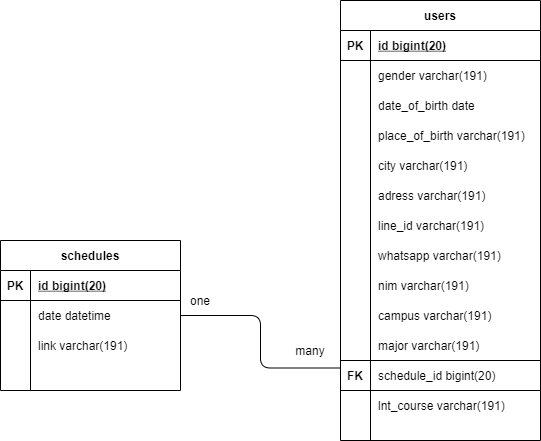
This is docs/ERD BOS 2021.png from astriddwrn/bos2021-be, a draw.io export, as it was before one commit. Source tidied: cells renumbered, new cells last; positions are measured from the earlier drawing's top-left corner, leaving out a move shared by most shapes.
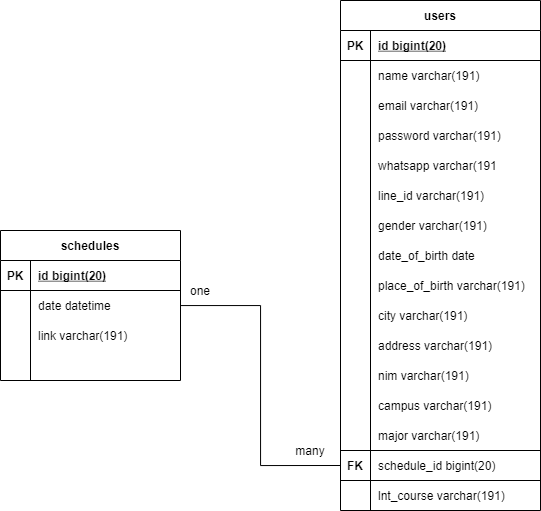
The same diagram one commit later.

What changed in the source:
```diff
@@ -3,7 +3,7 @@
     <mxCell id="0" />
     <mxCell id="1" parent="0" />
     <mxCell id="2" value="users" style="shape=table;startSize=30;rowLines=0;fontStyle=1;align=center;" parent="1" vertex="1">
-      <mxGeometry x="340" width="200" height="440" as="geometry" />
+      <mxGeometry x="340" y="10" width="200" height="510" as="geometry" />
     </mxCell>
     <mxCell id="3" style="shape=partialRectangle;fillColor=none;top=0;left=0;bottom=1;right=0;" parent="2" vertex="1">
       <mxGeometry y="30" width="200" height="30" as="geometry" />
@@ -20,7 +20,7 @@
     <mxCell id="7" style="shape=partialRectangle;fillColor=none;top=0;left=0;bottom=0;right=0;overflow=hidden;" parent="6" vertex="1">
       <mxGeometry width="30" height="30" as="geometry" />
     </mxCell>
-    <mxCell id="8" value="gender varchar(191)" style="shape=partialRectangle;fillColor=none;top=0;left=0;bottom=0;right=0;align=left;spacingLeft=6;overflow=hidden;" parent="6" vertex="1">
+    <mxCell id="8" value="name varchar(191)" style="shape=partialRectangle;fillColor=none;top=0;left=0;bottom=0;right=0;align=left;spacingLeft=6;overflow=hidden;" parent="6" vertex="1">
       <mxGeometry x="30" width="170" height="30" as="geometry" />
     </mxCell>
     <mxCell id="9" style="shape=partialRectangle;fillColor=none;top=0;left=0;bottom=0;right=0;" parent="2" vertex="1">
@@ -29,7 +29,7 @@
     <mxCell id="10" style="shape=partialRectangle;fillColor=none;top=0;left=0;bottom=0;right=0;overflow=hidden;" parent="9" vertex="1">
       <mxGeometry width="30" height="30" as="geometry" />
     </mxCell>
-    <mxCell id="11" value="date_of_birth date" style="shape=partialRectangle;fillColor=none;top=0;left=0;bottom=0;right=0;align=left;spacingLeft=6;overflow=hidden;" parent="9" vertex="1">
+    <mxCell id="11" value="email varchar(191)" style="shape=partialRectangle;fillColor=none;top=0;left=0;bottom=0;right=0;align=left;spacingLeft=6;overflow=hidden;" parent="9" vertex="1">
       <mxGeometry x="30" width="170" height="30" as="geometry" />
     </mxCell>
     <mxCell id="12" style="shape=partialRectangle;fillColor=none;top=0;left=0;bottom=0;right=0;" parent="2" vertex="1">
@@ -38,35 +38,17 @@
     <mxCell id="13" style="shape=partialRectangle;fillColor=none;top=0;left=0;bottom=0;right=0;overflow=hidden;" parent="12" vertex="1">
       <mxGeometry width="30" height="30" as="geometry" />
     </mxCell>
-    <mxCell id="14" value="place_of_birth varchar(191)" style="shape=partialRectangle;fillColor=none;top=0;left=0;bottom=0;right=0;align=left;spacingLeft=6;overflow=hidden;" parent="12" vertex="1">
+    <mxCell id="14" value="password varchar(191)" style="shape=partialRectangle;fillColor=none;top=0;left=0;bottom=0;right=0;align=left;spacingLeft=6;overflow=hidden;" parent="12" vertex="1">
       <mxGeometry x="30" width="170" height="30" as="geometry" />
     </mxCell>
-    <mxCell id="15" value="city varchar(191)" style="shape=partialRectangle;fillColor=none;top=0;left=0;bottom=0;right=0;align=left;spacingLeft=6;overflow=hidden;" parent="1" vertex="1">
-      <mxGeometry x="370" y="150" width="150" height="30" as="geometry" />
+    <mxCell id="15" value="whatsapp varchar(191" style="shape=partialRectangle;fillColor=none;top=0;left=0;bottom=0;right=0;align=left;spacingLeft=6;overflow=hidden;" parent="1" vertex="1">
+      <mxGeometry x="370" y="160" width="170" height="30" as="geometry" />
     </mxCell>
-    <mxCell id="16" value="adress varchar(191)" style="shape=partialRectangle;fillColor=none;top=0;left=0;bottom=0;right=0;align=left;spacingLeft=6;overflow=hidden;" parent="1" vertex="1">
-      <mxGeometry x="370" y="180" width="150" height="30" as="geometry" />
-    </mxCell>
-    <mxCell id="17" value="line_id varchar(191)" style="shape=partialRectangle;fillColor=none;top=0;left=0;bottom=0;right=0;align=left;spacingLeft=6;overflow=hidden;" parent="1" vertex="1">
-      <mxGeometry x="370" y="210" width="150" height="30" as="geometry" />
-    </mxCell>
-    <mxCell id="18" value="whatsapp varchar(191)" style="shape=partialRectangle;fillColor=none;top=0;left=0;bottom=0;right=0;align=left;spacingLeft=6;overflow=hidden;" parent="1" vertex="1">
-      <mxGeometry x="370" y="240" width="150" height="30" as="geometry" />
-    </mxCell>
-    <mxCell id="19" value="nim varchar(191)" style="shape=partialRectangle;fillColor=none;top=0;left=0;bottom=0;right=0;align=left;spacingLeft=6;overflow=hidden;" parent="1" vertex="1">
-      <mxGeometry x="370" y="270" width="150" height="30" as="geometry" />
-    </mxCell>
-    <mxCell id="20" value="campus varchar(191)" style="shape=partialRectangle;fillColor=none;top=0;left=0;bottom=0;right=0;align=left;spacingLeft=6;overflow=hidden;" parent="1" vertex="1">
-      <mxGeometry x="370" y="300" width="150" height="30" as="geometry" />
-    </mxCell>
-    <mxCell id="21" value="major varchar(191)" style="shape=partialRectangle;fillColor=none;top=0;left=0;bottom=0;right=0;align=left;spacingLeft=6;overflow=hidden;" parent="1" vertex="1">
-      <mxGeometry x="370" y="330" width="150" height="30" as="geometry" />
-    </mxCell>
-    <mxCell id="22" value="lnt_course varchar(191)" style="shape=partialRectangle;fillColor=none;top=0;left=0;bottom=0;right=0;align=left;spacingLeft=6;overflow=hidden;" parent="1" vertex="1">
-      <mxGeometry x="370" y="390" width="150" height="30" as="geometry" />
+    <mxCell id="22" value="campus varchar(191)" style="shape=partialRectangle;fillColor=none;top=0;left=0;bottom=0;right=0;align=left;spacingLeft=6;overflow=hidden;" parent="1" vertex="1">
+      <mxGeometry x="370" y="400" width="150" height="30" as="geometry" />
     </mxCell>
     <mxCell id="23" style="shape=partialRectangle;fillColor=none;top=0;left=0;bottom=1;right=0;" parent="1" vertex="1">
-      <mxGeometry x="340" y="360" width="200" height="30" as="geometry" />
+      <mxGeometry x="340" y="460" width="200" height="30" as="geometry" />
     </mxCell>
     <mxCell id="24" value="FK" style="shape=partialRectangle;fillColor=none;top=0;left=0;bottom=0;right=0;fontStyle=1;overflow=hidden;" parent="23" vertex="1">
       <mxGeometry width="30" height="30" as="geometry" />
@@ -75,7 +57,7 @@
       <mxGeometry x="30" width="170" height="30" as="geometry" />
     </mxCell>
     <mxCell id="26" style="rounded=0;whiteSpace=wrap;html=1;fillColor=none;" parent="1" vertex="1">
-      <mxGeometry x="340" y="360" width="200" height="30" as="geometry" />
+      <mxGeometry x="340" y="460" width="200" height="30" as="geometry" />
     </mxCell>
     <mxCell id="27" value="schedules" style="shape=table;startSize=30;rowLines=0;fontStyle=1;align=center;" parent="1" vertex="1">
       <mxGeometry y="240" width="180" height="150" as="geometry" />
@@ -116,14 +98,41 @@
     <mxCell id="39" style="shape=partialRectangle;fillColor=none;top=0;left=0;bottom=0;right=0;align=left;spacingLeft=6;overflow=hidden;" parent="37" vertex="1">
       <mxGeometry x="30" width="150" height="30" as="geometry" />
     </mxCell>
-    <mxCell id="40" style="endArrow=none;html=1;exitX=1;exitY=0.5;exitDx=0;exitDy=0;entryX=0;entryY=0.25;entryDx=0;entryDy=0;edgeStyle=orthogonalEdgeStyle;" parent="1" edge="1" source="31" target="26">
-      <mxGeometry relative="1" as="geometry" />
-    </mxCell>
     <mxCell id="41" value="one" style="text;html=1;strokeColor=none;fillColor=none;align=center;verticalAlign=middle;whiteSpace=wrap;rounded=0;" parent="1" vertex="1">
       <mxGeometry x="180" y="290" width="40" height="20" as="geometry" />
     </mxCell>
     <mxCell id="42" value="many" style="text;html=1;strokeColor=none;fillColor=none;align=center;verticalAlign=middle;whiteSpace=wrap;rounded=0;" parent="1" vertex="1">
-      <mxGeometry x="290" y="340" width="40" height="20" as="geometry" />
+      <mxGeometry x="290" y="450" width="40" height="20" as="geometry" />
     </mxCell>
+    <mxCell id="17" value="line_id varchar(191)" style="shape=partialRectangle;fillColor=none;top=0;left=0;bottom=0;right=0;align=left;spacingLeft=6;overflow=hidden;" parent="1" vertex="1">
+      <mxGeometry x="370" y="190" width="170" height="30" as="geometry" />
+    </mxCell>
+    <mxCell id="43" value="gender varchar(191)" style="shape=partialRectangle;fillColor=none;top=0;left=0;bottom=0;right=0;align=left;spacingLeft=6;overflow=hidden;" parent="1" vertex="1">
+      <mxGeometry x="370" y="220" width="170" height="30" as="geometry" />
+    </mxCell>
+    <mxCell id="44" value="date_of_birth date" style="shape=partialRectangle;fillColor=none;top=0;left=0;bottom=0;right=0;align=left;spacingLeft=6;overflow=hidden;" parent="1" vertex="1">
+      <mxGeometry x="370" y="250" width="170" height="30" as="geometry" />
+    </mxCell>
+    <mxCell id="45" value="place_of_birth varchar(191)" style="shape=partialRectangle;fillColor=none;top=0;left=0;bottom=0;right=0;align=left;spacingLeft=6;overflow=hidden;" parent="1" vertex="1">
+      <mxGeometry x="370" y="280" width="170" height="30" as="geometry" />
+    </mxCell>
+    <mxCell id="46" value="city varchar(191)" style="shape=partialRectangle;fillColor=none;top=0;left=0;bottom=0;right=0;align=left;spacingLeft=6;overflow=hidden;" parent="1" vertex="1">
+      <mxGeometry x="370" y="310" width="170" height="30" as="geometry" />
+    </mxCell>
+    <mxCell id="47" value="address varchar(191)" style="shape=partialRectangle;fillColor=none;top=0;left=0;bottom=0;right=0;align=left;spacingLeft=6;overflow=hidden;" parent="1" vertex="1">
+      <mxGeometry x="370" y="340" width="170" height="30" as="geometry" />
+    </mxCell>
+    <mxCell id="19" value="nim varchar(191)" style="shape=partialRectangle;fillColor=none;top=0;left=0;bottom=0;right=0;align=left;spacingLeft=6;overflow=hidden;" parent="1" vertex="1">
+      <mxGeometry x="370" y="370" width="170" height="30" as="geometry" />
+    </mxCell>
+    <mxCell id="21" value="major varchar(191)" style="shape=partialRectangle;fillColor=none;top=0;left=0;bottom=0;right=0;align=left;spacingLeft=6;overflow=hidden;" parent="1" vertex="1">
+      <mxGeometry x="370" y="430" width="150" height="30" as="geometry" />
+    </mxCell>
+    <mxCell id="48" value="lnt_course varchar(191)" style="shape=partialRectangle;fillColor=none;top=0;left=0;bottom=0;right=0;align=left;spacingLeft=6;overflow=hidden;" parent="1" vertex="1">
+      <mxGeometry x="370" y="490" width="150" height="30" as="geometry" />
+    </mxCell>
+    <mxCell id="40" style="edgeStyle=orthogonalEdgeStyle;rounded=0;jettySize=auto;html=1;entryX=0;entryY=0.5;entryDx=0;entryDy=0;endArrow=none;endFill=0;" parent="1" edge="1" source="31" target="26">
+      <mxGeometry relative="1" as="geometry" />
+    </mxCell>
   </root>
 </mxGraphModel>
```
